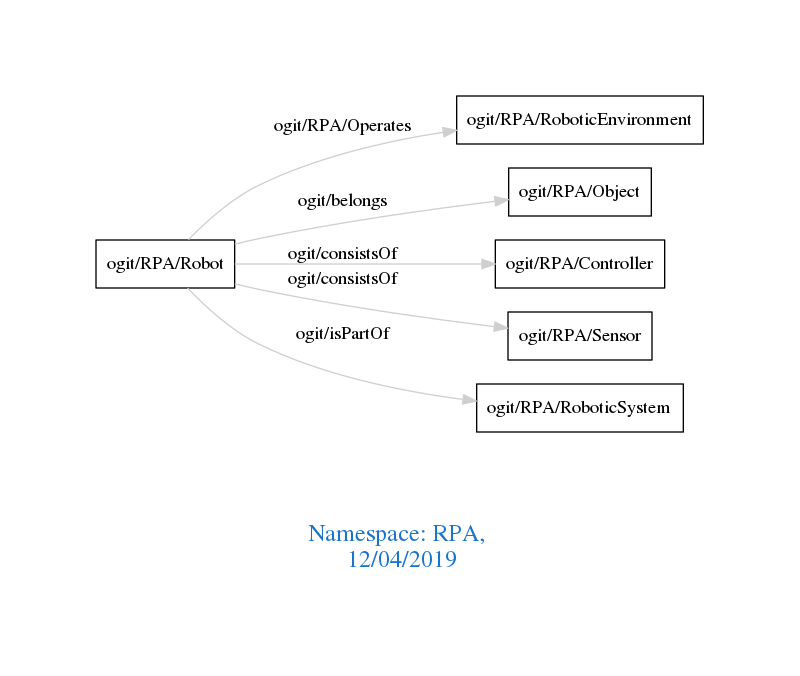
Before: downloads/RPA.png, a diagram exported from Graphviz (arago/OGIT). Its source is kept beside it as downloads/RPA.dot.
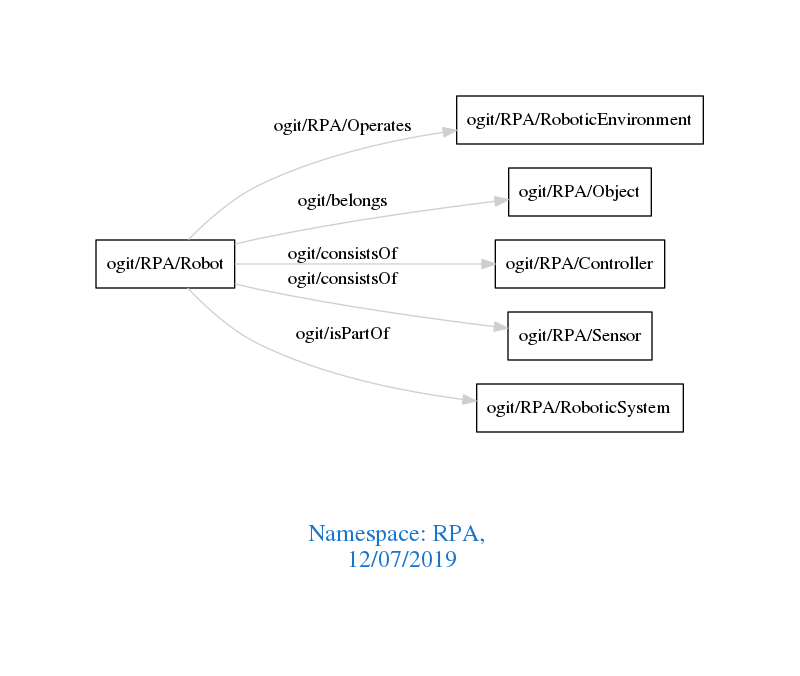
After the change.

The edit, as a diff of the source:
```diff
@@ -1,7 +1,7 @@
 digraph OGIT_ontology {
  graph [ rankdir= LR,pad=1
 fontsize = 18,
-fontcolor= dodgerblue3,label = "\n\n\nNamespace: RPA, \n 12/04/2019"];
+fontcolor= dodgerblue3,label = "\n\n\nNamespace: RPA, \n 12/07/2019"];
 node[shape=polygon];
 edge [  color="gray81"];
 
```
